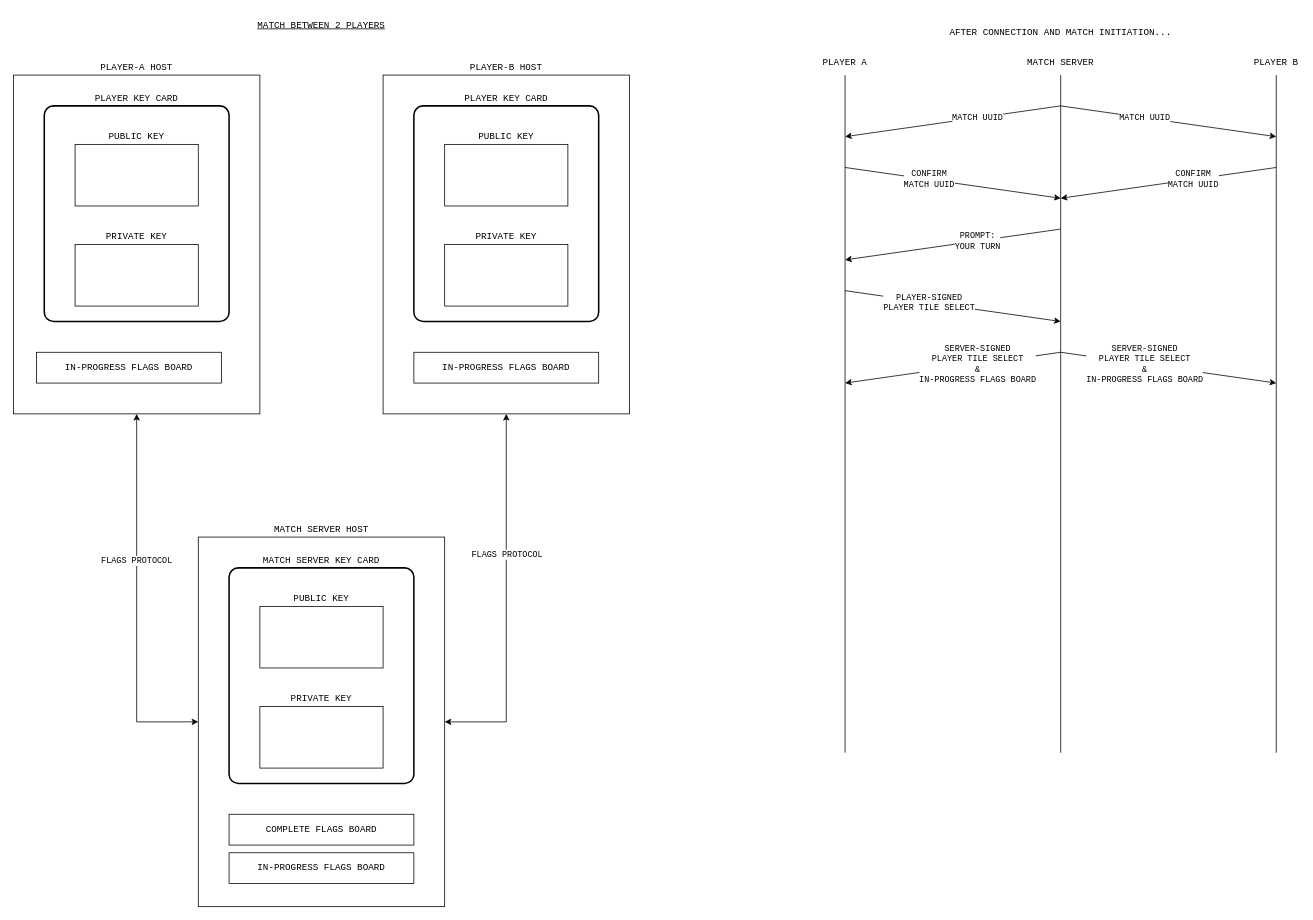
This is docs/distributed-records.drawio from marinm/flags, a draw.io file, before an edit. Source tidied: cells renumbered, new cells numbered last; positions are measured from the earlier drawing's top-left corner, leaving out a move shared by most shapes. Both pictures are drawn from the tidied source at 77%, with x=0, y=0 at pixel (13, 13).
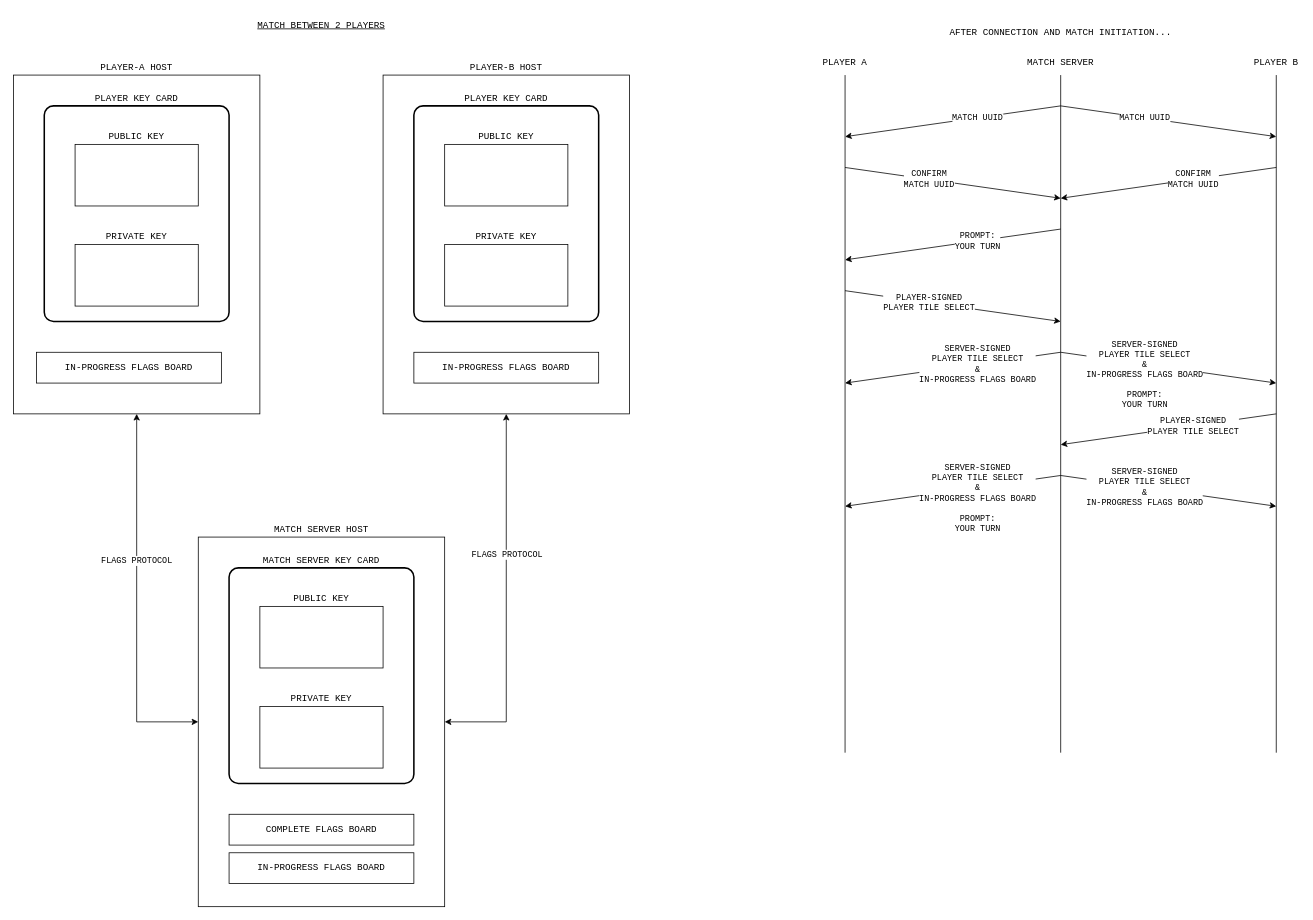
The same diagram, later.

Commit message (it also covers changes not shown here):
Added to diagram, wrote down some ideas

The change refers to these unchanged cells:
```xml
<mxCell id="44" style="endArrow=classic;html=1;rounded=0;fontFamily=Courier New;" parent="1" edge="1">
  <mxGeometry relative="1" as="geometry">
    <mxPoint x="1360" y="440" as="sourcePoint" />
    <mxPoint x="1640" y="480" as="targetPoint" />
  </mxGeometry>
</mxCell>
```

Diff of the diagram source:
```diff
@@
-    <mxCell id="45" value="SERVER-SIGNED&lt;br&gt;PLAYER TILE SELECT&lt;br&gt;&amp;amp;&lt;br&gt;IN-PROGRESS FLAGS BOARD" style="edgeLabel;html=1;align=center;verticalAlign=middle;fontFamily=Courier New;" parent="44" vertex="1">
-      <mxGeometry x="-0.22" relative="1" as="geometry" />
+    <mxCell id="45" value="SERVER-SIGNED&lt;br&gt;PLAYER TILE SELECT&lt;br&gt;&amp;amp;&lt;br&gt;IN-PROGRESS FLAGS BOARD&lt;br&gt;&lt;br&gt;PROMPT:&lt;br&gt;YOUR TURN" style="edgeLabel;html=1;align=center;verticalAlign=middle;fontFamily=Courier New;" parent="44" vertex="1">
+      <mxGeometry x="-0.22" relative="1" as="geometry">
+        <mxPoint y="14" as="offset" />
+      </mxGeometry>
     </mxCell>
+    <mxCell id="46" style="endArrow=classic;html=1;rounded=0;fontFamily=Courier New;" parent="1" edge="1">
+      <mxGeometry relative="1" as="geometry">
+        <mxPoint x="1640" y="520" as="sourcePoint" />
+        <mxPoint x="1360" y="560" as="targetPoint" />
+      </mxGeometry>
+    </mxCell>
+    <mxCell id="47" value="PLAYER-SIGNED&lt;br&gt;PLAYER TILE SELECT" style="edgeLabel;html=1;align=center;verticalAlign=middle;fontFamily=Courier New;" parent="46" vertex="1">
+      <mxGeometry x="-0.22" relative="1" as="geometry" />
+    </mxCell>
+    <mxCell id="48" style="endArrow=classic;html=1;rounded=0;fontFamily=Courier New;" parent="1" edge="1">
+      <mxGeometry relative="1" as="geometry">
+        <mxPoint x="1360" y="600" as="sourcePoint" />
+        <mxPoint x="1080" y="640" as="targetPoint" />
+      </mxGeometry>
+    </mxCell>
+    <mxCell id="49" value="SERVER-SIGNED&lt;br&gt;PLAYER TILE SELECT&lt;br&gt;&amp;amp;&lt;br&gt;IN-PROGRESS FLAGS BOARD&lt;br&gt;&lt;br&gt;PROMPT:&lt;br&gt;YOUR TURN" style="edgeLabel;html=1;align=center;verticalAlign=middle;fontFamily=Courier New;" parent="48" vertex="1">
+      <mxGeometry x="-0.22" relative="1" as="geometry">
+        <mxPoint y="14" as="offset" />
+      </mxGeometry>
+    </mxCell>
+    <mxCell id="50" style="endArrow=classic;html=1;rounded=0;fontFamily=Courier New;" parent="1" edge="1">
+      <mxGeometry relative="1" as="geometry">
+        <mxPoint x="1360" y="600" as="sourcePoint" />
+        <mxPoint x="1640" y="640" as="targetPoint" />
+      </mxGeometry>
+    </mxCell>
+    <mxCell id="51" value="SERVER-SIGNED&lt;br&gt;PLAYER TILE SELECT&lt;br&gt;&amp;amp;&lt;br&gt;IN-PROGRESS FLAGS BOARD" style="edgeLabel;html=1;align=center;verticalAlign=middle;fontFamily=Courier New;" parent="50" vertex="1">
+      <mxGeometry x="-0.22" relative="1" as="geometry" />
+    </mxCell>
```
